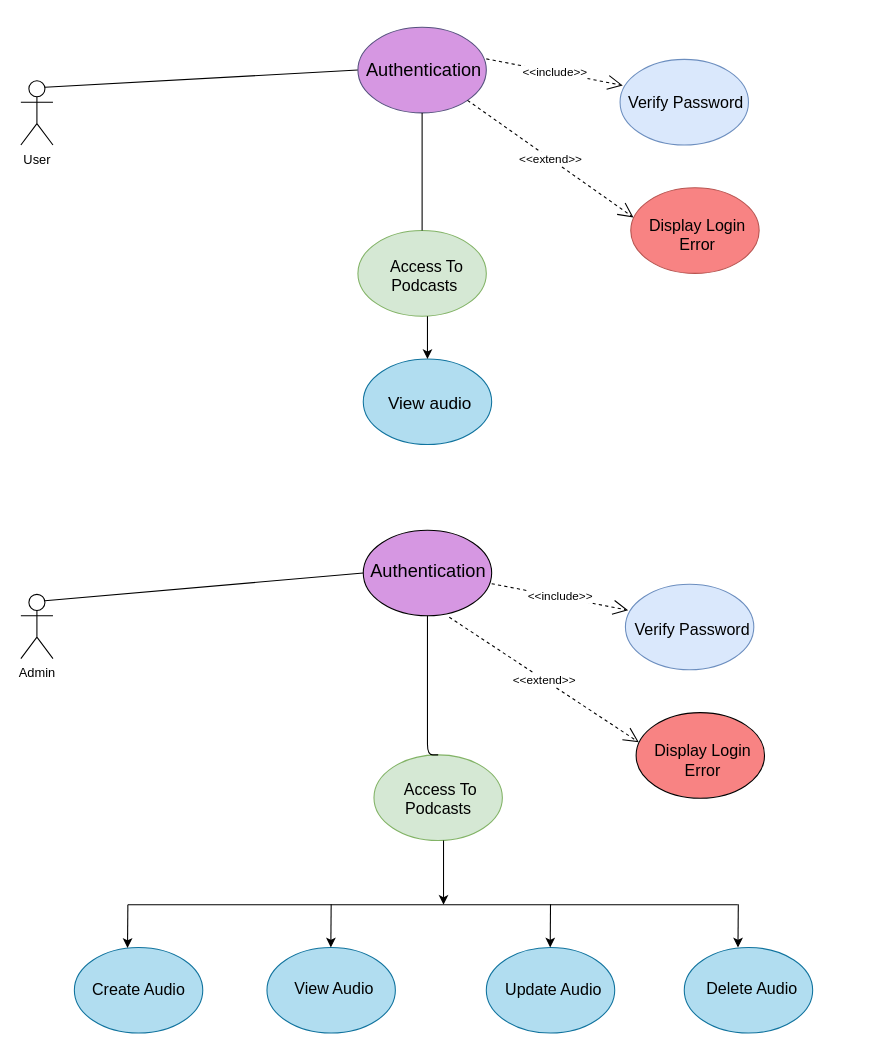
The draw.io diagram UML/useCase.drawio in moultamissimane/amehtyst, before the edit. Source tidied: cells renumbered, new cells numbered last; positions are measured from the earlier drawing's top-left corner, leaving out a move shared by most shapes. Both pictures are drawn from the tidied source at 107%, with x=0, y=0 at pixel (20, 27).
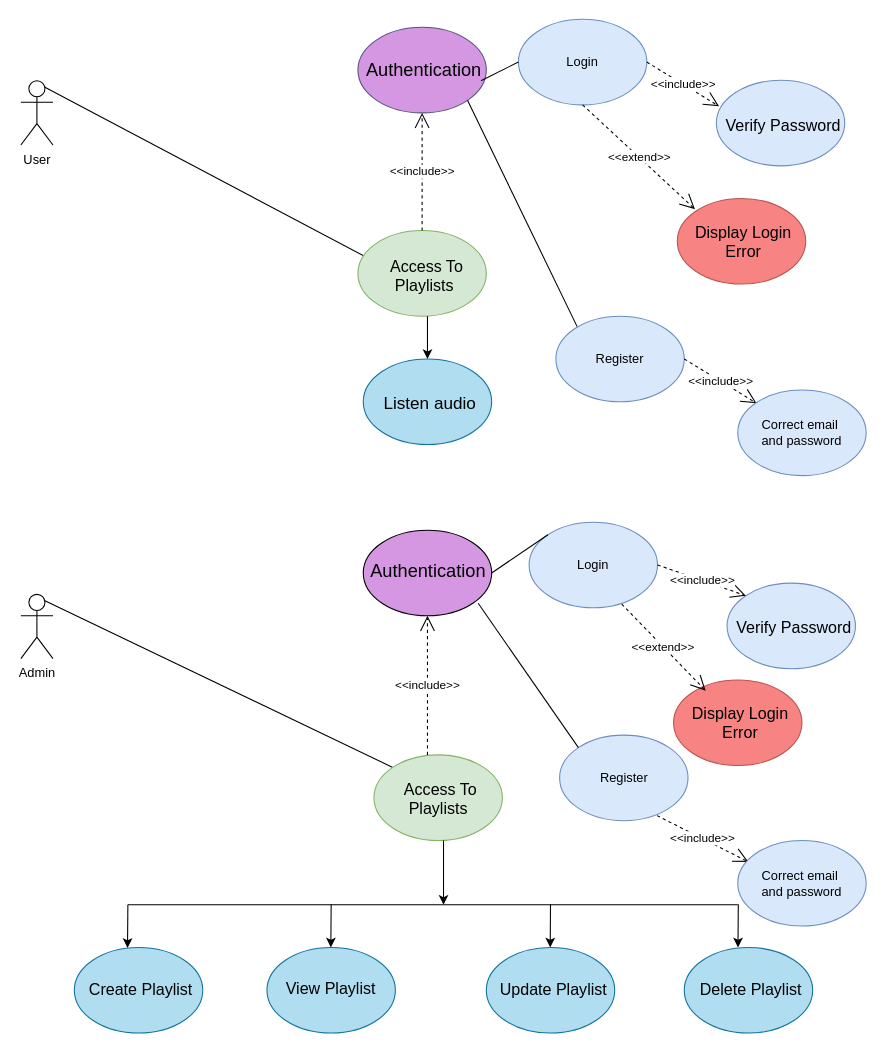
Above is the later version.

The change refers to these unchanged cells:
```xml
<mxCell id="2" value="User" style="shape=umlActor;verticalLabelPosition=bottom;labelBackgroundColor=#ffffff;verticalAlign=top;html=1;" parent="1" vertex="1">
  <mxGeometry y="50" width="30" height="60" as="geometry" />
</mxCell>
<mxCell id="3" value="Admin" style="shape=umlActor;verticalLabelPosition=bottom;labelBackgroundColor=#ffffff;verticalAlign=top;html=1;" parent="1" vertex="1">
  <mxGeometry y="530" width="30" height="60" as="geometry" />
</mxCell>
<mxCell id="8" style="ellipse;whiteSpace=wrap;html=1;fillColor=#D697E2;strokeColor=#56517e;" parent="7" vertex="1">
  <mxGeometry width="120" height="80" as="geometry" />
</mxCell>
<mxCell id="11" style="ellipse;whiteSpace=wrap;html=1;fillColor=#D697E2;" parent="10" vertex="1">
  <mxGeometry width="120" height="80" as="geometry" />
</mxCell>
<mxCell id="28" style="group;" parent="1" vertex="1">
  <mxGeometry x="315" y="190" width="135" height="80" as="geometry" />
</mxCell>
<mxCell id="29" style="ellipse;whiteSpace=wrap;html=1;fillColor=#d5e8d4;strokeColor=#82b366;" parent="28" vertex="1">
  <mxGeometry width="120" height="80" as="geometry" />
</mxCell>
<mxCell id="34" style="group;" parent="1" vertex="1">
  <mxGeometry x="330" y="680" width="135" height="80" as="geometry" />
</mxCell>
<mxCell id="35" style="ellipse;whiteSpace=wrap;html=1;fillColor=#d5e8d4;strokeColor=#82b366;" parent="34" vertex="1">
  <mxGeometry width="120" height="80" as="geometry" />
</mxCell>
```

Change to the diagram source:
```diff
@@
-    <mxCell id="5" value="View audio" style="text;html=1;align=center;verticalAlign=top;spacingTop=-4;fontSize=16;" parent="1" vertex="1">
-      <mxGeometry x="347" y="339" width="70" height="20" as="geometry" />
+    <mxCell id="5" value="Listen audio" style="text;html=1;align=center;verticalAlign=top;spacingTop=-4;fontSize=16;" parent="1" vertex="1">
+      <mxGeometry x="332" y="339" width="100" height="20" as="geometry" />
     </mxCell>
-    <mxCell id="6" style="endArrow=none;html=1;exitX=0.75;exitY=0.1;exitDx=0;exitDy=0;exitPerimeter=0;entryX=0;entryY=0.5;entryDx=0;entryDy=0;" parent="1" edge="1" source="2" target="8">
+    <mxCell id="6" style="endArrow=none;html=1;exitX=0.75;exitY=0.1;exitDx=0;exitDy=0;exitPerimeter=0;entryX=0.068;entryY=0.313;entryDx=0;entryDy=0;entryPerimeter=0;" parent="1" edge="1" source="2" target="29">
       <mxGeometry relative="1" as="geometry" />
     </mxCell>
@@
-    <mxCell id="13" style="endArrow=none;html=1;exitX=0.75;exitY=0.1;exitDx=0;exitDy=0;exitPerimeter=0;entryX=0;entryY=0.5;entryDx=0;entryDy=0;" parent="1" edge="1" source="3" target="11">
+    <mxCell id="13" style="endArrow=none;html=1;exitX=0.75;exitY=0.1;exitDx=0;exitDy=0;exitPerimeter=0;entryX=0;entryY=0;entryDx=0;entryDy=0;" parent="1" edge="1" source="3" target="35">
       <mxGeometry relative="1" as="geometry" />
     </mxCell>
     <mxCell id="14" style="group;" parent="1" vertex="1">
-      <mxGeometry x="435" y="29.5" width="263" height="200.5" as="geometry" />
+      <mxGeometry x="488.5" y="40" width="263" height="200.5" as="geometry" />
     </mxCell>
     <mxCell id="15" style="ellipse;whiteSpace=wrap;html=1;fillColor=#dae8fc;strokeColor=#6c8ebf;" parent="14" vertex="1">
-      <mxGeometry x="125" y="0.5" width="120" height="80" as="geometry" />
+      <mxGeometry x="161.5" y="9.5" width="120" height="80" as="geometry" />
     </mxCell>
     <mxCell id="16" value="Verify Password" style="text;html=1;align=left;verticalAlign=top;spacingTop=-4;fontSize=15;" parent="14" vertex="1">
-      <mxGeometry x="131" y="29.5" width="100" height="20" as="geometry" />
+      <mxGeometry x="168" y="39.5" width="100" height="20" as="geometry" />
     </mxCell>
     <mxCell id="17" style="ellipse;whiteSpace=wrap;html=1;fillColor=#F88383;strokeColor=#b85450;" parent="14" vertex="1">
-      <mxGeometry x="135" y="120.5" width="120" height="80" as="geometry" />
+      <mxGeometry x="125" y="120" width="120" height="80" as="geometry" />
     </mxCell>
     <mxCell id="18" value="Display Login &lt;br&gt;Error" style="text;html=1;align=center;verticalAlign=top;spacingTop=-4;fontSize=15;" parent="14" vertex="1">
-      <mxGeometry x="142" y="144.5" width="110" height="40" as="geometry" />
+      <mxGeometry x="131.5" y="140" width="110" height="40" as="geometry" />
     </mxCell>
-    <mxCell id="19" value="&amp;lt;&amp;lt;extend&amp;gt;&amp;gt;" style="endArrow=open;endSize=12;dashed=1;html=1;entryX=0.021;entryY=0.346;entryDx=0;entryDy=0;entryPerimeter=0;exitX=1;exitY=1;exitDx=0;exitDy=0;" parent="14" edge="1" source="8" target="17">
-      <mxGeometry relative="1" as="geometry" />
-    </mxCell>
-    <mxCell id="20" value="&amp;lt;&amp;lt;include&amp;gt;&amp;gt;" style="endArrow=open;endSize=12;dashed=1;html=1;entryX=0.021;entryY=0.304;entryDx=0;entryDy=0;entryPerimeter=0;" parent="14" edge="1" target="15">
-      <mxGeometry relative="1" as="geometry">
-        <mxPoint as="sourcePoint" />
-      </mxGeometry>
-    </mxCell>
-    <mxCell id="21" style="group;" parent="1" vertex="1">
-      <mxGeometry x="440" y="520" width="263" height="200.5" as="geometry" />
-    </mxCell>
-    <mxCell id="22" style="ellipse;whiteSpace=wrap;html=1;fillColor=#dae8fc;strokeColor=#6c8ebf;" parent="21" vertex="1">
-      <mxGeometry x="125" y="0.5" width="120" height="80" as="geometry" />
-    </mxCell>
-    <mxCell id="23" value="Verify Password" style="text;html=1;align=left;verticalAlign=top;spacingTop=-4;fontSize=15;" parent="21" vertex="1">
-      <mxGeometry x="132" y="30.5" width="100" height="20" as="geometry" />
-    </mxCell>
-    <mxCell id="24" style="ellipse;whiteSpace=wrap;html=1;fillColor=#F88383;" parent="21" vertex="1">
-      <mxGeometry x="135" y="120.5" width="120" height="80" as="geometry" />
-    </mxCell>
-    <mxCell id="25" value="Display Login &lt;br style=&quot;font-size: 15px;&quot;&gt;Error" style="text;html=1;align=center;verticalAlign=top;spacingTop=-4;fontSize=15;" parent="21" vertex="1">
-      <mxGeometry x="152" y="144.5" width="90" height="30" as="geometry" />
-    </mxCell>
-    <mxCell id="26" value="&amp;lt;&amp;lt;include&amp;gt;&amp;gt;" style="endArrow=open;endSize=12;dashed=1;html=1;entryX=0.021;entryY=0.304;entryDx=0;entryDy=0;entryPerimeter=0;" parent="21" edge="1" target="22">
-      <mxGeometry relative="1" as="geometry">
-        <mxPoint as="sourcePoint" />
-      </mxGeometry>
-    </mxCell>
-    <mxCell id="27" value="&amp;lt;&amp;lt;extend&amp;gt;&amp;gt;" style="endArrow=open;endSize=12;dashed=1;html=1;entryX=0.021;entryY=0.346;entryDx=0;entryDy=0;entryPerimeter=0;exitX=0.67;exitY=1.017;exitDx=0;exitDy=0;exitPerimeter=0;" parent="1" edge="1" source="11" target="24">
-      <mxGeometry relative="1" as="geometry" />
-    </mxCell>
@@
-    <mxCell id="30" value="Access To &lt;br style=&quot;font-size: 15px;&quot;&gt;Podcasts&amp;nbsp;" style="text;html=1;align=center;verticalAlign=top;spacingTop=-4;fontSize=15;" parent="28" vertex="1">
-      <mxGeometry x="29" y="22" width="70" height="30" as="geometry" />
+    <mxCell id="30" value="Access To &lt;br style=&quot;font-size: 15px&quot;&gt;Playlists&amp;nbsp;" style="text;html=1;align=center;verticalAlign=top;spacingTop=-4;fontSize=15;" parent="28" vertex="1">
+      <mxGeometry x="24" y="22" width="80" height="40" as="geometry" />
     </mxCell>
@@
-    <mxCell id="32" style="endArrow=none;html=1;edgeStyle=orthogonalEdgeStyle;entryX=0.5;entryY=0;entryDx=0;entryDy=0;exitX=0.5;exitY=1;exitDx=0;exitDy=0;" parent="28" edge="1" source="8" target="29">
-      <mxGeometry relative="1" as="geometry" />
-    </mxCell>
-    <mxCell id="33" style="html=1;align=left;verticalAlign=bottom;labelBackgroundColor=#ffffff;fontSize=10;" parent="32" vertex="1">
-      <mxGeometry x="-1" relative="1" as="geometry" />
-    </mxCell>
@@
-    <mxCell id="36" value="Access To &lt;br&gt;Podcasts&amp;nbsp;" style="text;html=1;align=center;verticalAlign=top;spacingTop=-4;fontSize=15;" parent="34" vertex="1">
+    <mxCell id="36" value="Access To &lt;br&gt;Playlists&amp;nbsp;" style="text;html=1;align=center;verticalAlign=top;spacingTop=-4;fontSize=15;" parent="34" vertex="1">
       <mxGeometry x="22" y="21" width="80" height="40" as="geometry" />
     </mxCell>
@@
-    <mxCell id="38" style="endArrow=none;html=1;edgeStyle=orthogonalEdgeStyle;entryX=0.5;entryY=0;entryDx=0;entryDy=0;exitX=0.5;exitY=1;exitDx=0;exitDy=0;" parent="1" edge="1" source="11" target="35">
-      <mxGeometry relative="1" as="geometry">
-        <Array as="points">
-          <mxPoint x="380" y="680" />
-        </Array>
-      </mxGeometry>
-    </mxCell>
-    <mxCell id="39" style="html=1;align=left;verticalAlign=bottom;labelBackgroundColor=#ffffff;fontSize=10;" parent="38" vertex="1">
-      <mxGeometry x="-1" relative="1" as="geometry" />
-    </mxCell>
@@
-    <mxCell id="44" value="View Audio" style="text;html=1;align=left;verticalAlign=top;spacingTop=-4;fontSize=15;" parent="1" vertex="1">
-      <mxGeometry x="254" y="887" width="70" height="20" as="geometry" />
+    <mxCell id="44" value="View Playlist" style="text;html=1;align=left;verticalAlign=top;spacingTop=-4;fontSize=15;" parent="1" vertex="1">
+      <mxGeometry x="246" y="887" width="100" height="20" as="geometry" />
     </mxCell>
-    <mxCell id="45" value="Update Audio" style="text;html=1;align=left;verticalAlign=top;spacingTop=-4;fontSize=15;" parent="1" vertex="1">
-      <mxGeometry x="451" y="888" width="90" height="20" as="geometry" />
+    <mxCell id="45" value="Update Playlist" style="text;html=1;align=left;verticalAlign=top;spacingTop=-4;fontSize=15;" parent="1" vertex="1">
+      <mxGeometry x="446" y="888" width="120" height="20" as="geometry" />
     </mxCell>
-    <mxCell id="46" value="Delete Audio" style="text;html=1;align=left;verticalAlign=top;spacingTop=-4;fontSize=15;" parent="1" vertex="1">
-      <mxGeometry x="639" y="887" width="80" height="20" as="geometry" />
+    <mxCell id="46" value="Delete Playlist" style="text;html=1;align=left;verticalAlign=top;spacingTop=-4;fontSize=15;" parent="1" vertex="1">
+      <mxGeometry x="633" y="888" width="110" height="20" as="geometry" />
     </mxCell>
-    <mxCell id="47" value="Create Audio" style="text;html=1;align=left;verticalAlign=top;spacingTop=-4;fontSize=15;" parent="1" vertex="1">
-      <mxGeometry x="65" y="888" width="80" height="20" as="geometry" />
+    <mxCell id="47" value="Create Playlist" style="text;html=1;align=left;verticalAlign=top;spacingTop=-4;fontSize=15;" parent="1" vertex="1">
+      <mxGeometry x="62" y="888" width="110" height="20" as="geometry" />
     </mxCell>
@@
+    <mxCell id="53" value="&amp;lt;&amp;lt;include&amp;gt;&amp;gt;" style="endArrow=open;endSize=12;dashed=1;html=1;entryX=0.5;entryY=1;entryDx=0;entryDy=0;exitX=0.5;exitY=0;exitDx=0;exitDy=0;" parent="1" edge="1" source="29" target="8">
+      <mxGeometry relative="1" as="geometry" />
+    </mxCell>
+    <mxCell id="54" value="&amp;lt;&amp;lt;include&amp;gt;&amp;gt;" style="endArrow=open;endSize=12;dashed=1;html=1;entryX=0.5;entryY=1;entryDx=0;entryDy=0;" parent="1" edge="1" target="11">
+      <mxGeometry relative="1" as="geometry">
+        <mxPoint x="380" y="680" as="sourcePoint" />
+      </mxGeometry>
+    </mxCell>
+    <mxCell id="55" value="Login" style="ellipse;whiteSpace=wrap;html=1;fillColor=#dae8fc;strokeColor=#6c8ebf;" parent="1" vertex="1">
+      <mxGeometry x="465" y="-7.5" width="120" height="80" as="geometry" />
+    </mxCell>
+    <mxCell id="20" value="&amp;lt;&amp;lt;include&amp;gt;&amp;gt;" style="endArrow=open;endSize=12;dashed=1;html=1;entryX=0.021;entryY=0.304;entryDx=0;entryDy=0;entryPerimeter=0;exitX=1;exitY=0.5;exitDx=0;exitDy=0;" parent="1" edge="1" source="55" target="15">
+      <mxGeometry relative="1" as="geometry" />
+    </mxCell>
+    <mxCell id="19" value="&amp;lt;&amp;lt;extend&amp;gt;&amp;gt;" style="endArrow=open;endSize=12;dashed=1;html=1;exitX=0.5;exitY=1;exitDx=0;exitDy=0;" parent="1" edge="1" source="55">
+      <mxGeometry relative="1" as="geometry">
+        <mxPoint x="630" y="170" as="targetPoint" />
+      </mxGeometry>
+    </mxCell>
+    <mxCell id="56" style="endArrow=none;html=1;entryX=0;entryY=0.5;entryDx=0;entryDy=0;" parent="1" edge="1" target="55">
+      <mxGeometry relative="1" as="geometry">
+        <mxPoint x="430" y="50" as="sourcePoint" />
+      </mxGeometry>
+    </mxCell>
+    <mxCell id="57" style="endArrow=none;html=1;exitX=1;exitY=1;exitDx=0;exitDy=0;" parent="1" edge="1" source="8">
+      <mxGeometry relative="1" as="geometry">
+        <mxPoint x="520" y="280" as="targetPoint" />
+      </mxGeometry>
+    </mxCell>
+    <mxCell id="58" value="Register" style="ellipse;whiteSpace=wrap;html=1;fillColor=#dae8fc;strokeColor=#6c8ebf;" parent="1" vertex="1">
+      <mxGeometry x="500" y="270" width="120" height="80" as="geometry" />
+    </mxCell>
+    <mxCell id="59" value="&amp;lt;&amp;lt;include&amp;gt;&amp;gt;" style="endArrow=open;endSize=12;dashed=1;html=1;entryX=0.021;entryY=0.304;entryDx=0;entryDy=0;entryPerimeter=0;exitX=1;exitY=0.5;exitDx=0;exitDy=0;" parent="1" edge="1">
+      <mxGeometry relative="1" as="geometry">
+        <mxPoint x="620" y="310" as="sourcePoint" />
+        <mxPoint x="687.5" y="351.3" as="targetPoint" />
+      </mxGeometry>
+    </mxCell>
+    <mxCell id="60" value="Correct email&amp;nbsp;&lt;br&gt;and password" style="ellipse;whiteSpace=wrap;html=1;fillColor=#dae8fc;strokeColor=#6c8ebf;" parent="1" vertex="1">
+      <mxGeometry x="670" y="339" width="120" height="80" as="geometry" />
+    </mxCell>
+    <mxCell id="61" style="group;" parent="1" vertex="1">
+      <mxGeometry x="498.5" y="510" width="263" height="231.5" as="geometry" />
+    </mxCell>
+    <mxCell id="62" style="ellipse;whiteSpace=wrap;html=1;fillColor=#dae8fc;strokeColor=#6c8ebf;" parent="61" vertex="1">
+      <mxGeometry x="161.5" y="9.5" width="120" height="80" as="geometry" />
+    </mxCell>
+    <mxCell id="23" value="Verify Password" style="text;html=1;align=left;verticalAlign=top;spacingTop=-4;fontSize=15;" parent="61" vertex="1">
+      <mxGeometry x="168" y="39.5" width="100" height="20" as="geometry" />
+    </mxCell>
+    <mxCell id="63" style="ellipse;whiteSpace=wrap;html=1;fillColor=#F88383;strokeColor=#b85450;" parent="61" vertex="1">
+      <mxGeometry x="111.5" y="100" width="120" height="80" as="geometry" />
+    </mxCell>
+    <mxCell id="64" value="Register" style="ellipse;whiteSpace=wrap;html=1;fillColor=#dae8fc;strokeColor=#6c8ebf;" parent="61" vertex="1">
+      <mxGeometry x="5" y="151.5" width="120" height="80" as="geometry" />
+    </mxCell>
+    <mxCell id="27" value="&amp;lt;&amp;lt;extend&amp;gt;&amp;gt;" style="endArrow=open;endSize=12;dashed=1;html=1;exitX=0.5;exitY=1;exitDx=0;exitDy=0;" parent="61" edge="1">
+      <mxGeometry relative="1" as="geometry">
+        <mxPoint x="63" y="29" as="sourcePoint" />
+        <mxPoint x="141.5" y="110" as="targetPoint" />
+      </mxGeometry>
+    </mxCell>
+    <mxCell id="25" value="Display Login &lt;br&gt;Error" style="text;html=1;align=center;verticalAlign=top;spacingTop=-4;fontSize=15;" parent="61" vertex="1">
+      <mxGeometry x="118.5" y="120" width="110" height="40" as="geometry" />
+    </mxCell>
+    <mxCell id="65" value="Login" style="ellipse;whiteSpace=wrap;html=1;fillColor=#dae8fc;strokeColor=#6c8ebf;" parent="1" vertex="1">
+      <mxGeometry x="475" y="462.5" width="120" height="80" as="geometry" />
+    </mxCell>
+    <mxCell id="66" style="endArrow=none;html=1;exitX=1;exitY=1;exitDx=0;exitDy=0;entryX=0;entryY=0;entryDx=0;entryDy=0;" parent="1" edge="1" target="64">
+      <mxGeometry relative="1" as="geometry">
+        <mxPoint x="427.4" y="538.3" as="sourcePoint" />
+      </mxGeometry>
+    </mxCell>
+    <mxCell id="67" value="&amp;lt;&amp;lt;include&amp;gt;&amp;gt;" style="endArrow=open;endSize=12;dashed=1;html=1;exitX=0.759;exitY=0.941;exitDx=0;exitDy=0;exitPerimeter=0;" parent="1" edge="1" source="64">
+      <mxGeometry relative="1" as="geometry">
+        <mxPoint x="680" y="780" as="targetPoint" />
+      </mxGeometry>
+    </mxCell>
+    <mxCell id="68" value="Correct email&amp;nbsp;&lt;br&gt;and password" style="ellipse;whiteSpace=wrap;html=1;fillColor=#dae8fc;strokeColor=#6c8ebf;" parent="1" vertex="1">
+      <mxGeometry x="670" y="760" width="120" height="80" as="geometry" />
+    </mxCell>
+    <mxCell id="69" value="&amp;lt;&amp;lt;include&amp;gt;&amp;gt;" style="endArrow=open;endSize=12;dashed=1;html=1;entryX=0;entryY=0;entryDx=0;entryDy=0;exitX=1;exitY=0.5;exitDx=0;exitDy=0;" parent="1" edge="1" source="65" target="62">
+      <mxGeometry relative="1" as="geometry" />
+    </mxCell>
+    <mxCell id="70" style="endArrow=none;html=1;exitX=1;exitY=0.5;exitDx=0;exitDy=0;entryX=0;entryY=0;entryDx=0;entryDy=0;" parent="1" edge="1" source="11" target="65">
+      <mxGeometry relative="1" as="geometry" />
+    </mxCell>
```
